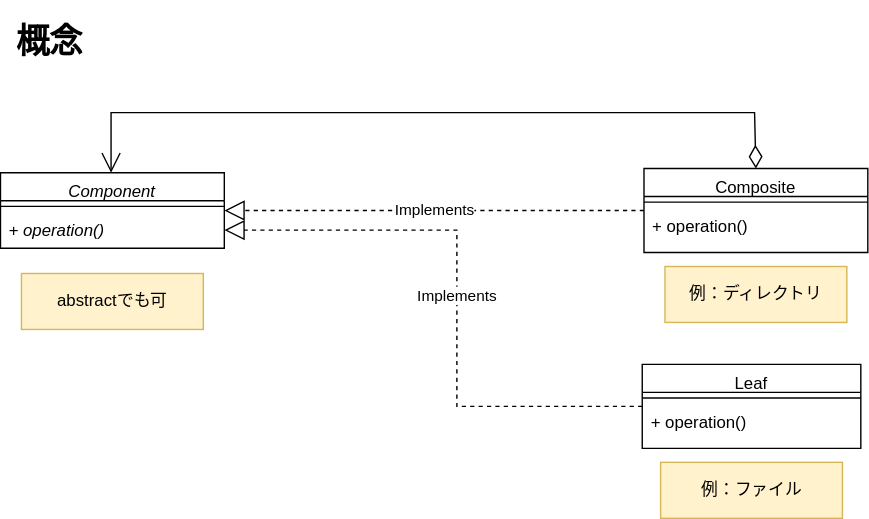
The draw.io diagram drawio/composite/composite_concept.drawio.svg in go-to-k/cdk-gof-design-pattern, before a commit. Source tidied: cells renumbered, new cells last; positions are measured from the earlier drawing's top-left corner, leaving out a move shared by most shapes. Its diagram source:
```xml
<mxGraphModel>
  <root>
    <mxCell id="0" />
    <mxCell id="1" parent="0" />
    <mxCell id="2" value="Leaf" style="swimlane;fontStyle=0;align=center;verticalAlign=top;horizontal=1;startSize=20;rounded=0;shadow=0;strokeWidth=1;" parent="1" vertex="1">
      <mxGeometry x="458.5" y="250" width="156.2" height="60" as="geometry" />
    </mxCell>
    <mxCell id="3" style="line;html=1;strokeWidth=1;align=left;verticalAlign=middle;spacingTop=-1;spacingLeft=3;spacingRight=3;labelPosition=right;" parent="2" vertex="1">
      <mxGeometry y="20" width="156.2" height="8" as="geometry" />
    </mxCell>
    <mxCell id="4" value="+ operation()" style="text;strokeColor=none;fillColor=none;align=left;verticalAlign=top;spacingLeft=4;spacingRight=4;overflow=hidden;whiteSpace=wrap;html=1;" parent="2" vertex="1">
      <mxGeometry y="28" width="156.2" height="26" as="geometry" />
    </mxCell>
    <mxCell id="5" value="Composite" style="swimlane;fontStyle=0;align=center;verticalAlign=top;horizontal=1;startSize=20;rounded=0;shadow=0;strokeWidth=1;" parent="1" vertex="1">
      <mxGeometry x="459.8" y="110" width="160" height="60" as="geometry" />
    </mxCell>
    <mxCell id="6" style="line;html=1;strokeWidth=1;align=left;verticalAlign=middle;spacingTop=-1;spacingLeft=3;spacingRight=3;labelPosition=right;" parent="5" vertex="1">
      <mxGeometry y="20" width="160" height="8" as="geometry" />
    </mxCell>
    <mxCell id="7" value="+ operation()" style="text;strokeColor=none;fillColor=none;align=left;verticalAlign=top;spacingLeft=4;spacingRight=4;overflow=hidden;whiteSpace=wrap;html=1;" parent="5" vertex="1">
      <mxGeometry y="28" width="160" height="26" as="geometry" />
    </mxCell>
    <mxCell id="8" value="Component" style="swimlane;fontStyle=2;align=center;verticalAlign=top;horizontal=1;startSize=20;rounded=0;shadow=0;strokeWidth=1;" parent="1" vertex="1">
      <mxGeometry x="-0.2" y="113" width="160" height="54" as="geometry" />
    </mxCell>
    <mxCell id="9" style="line;html=1;strokeWidth=1;align=left;verticalAlign=middle;spacingTop=-1;spacingLeft=3;spacingRight=3;labelPosition=right;" parent="8" vertex="1">
      <mxGeometry y="20" width="160" height="8" as="geometry" />
    </mxCell>
    <mxCell id="10" value="&lt;i&gt;+ operation()&lt;/i&gt;" style="text;strokeColor=none;fillColor=none;align=left;verticalAlign=top;spacingLeft=4;spacingRight=4;overflow=hidden;points=[[0,0.5],[1,0.5]];portConstraint=eastwest;whiteSpace=wrap;html=1;" parent="8" vertex="1">
      <mxGeometry y="28" width="160" height="26" as="geometry" />
    </mxCell>
    <mxCell id="11" value="Implements" style="endArrow=block;dashed=1;endFill=0;endSize=12;html=1;rounded=0;entryX=1;entryY=0.5;entryDx=0;entryDy=0;exitX=0;exitY=0.5;exitDx=0;exitDy=0;" parent="1" edge="1" source="5" target="8">
      <mxGeometry relative="1" as="geometry" />
    </mxCell>
    <mxCell id="12" value="Implements" style="endArrow=block;dashed=1;endFill=0;endSize=12;html=1;rounded=0;entryX=1;entryY=0.5;entryDx=0;entryDy=0;exitX=0;exitY=0.5;exitDx=0;exitDy=0;" parent="1" edge="1" source="2" target="10">
      <mxGeometry relative="1" as="geometry">
        <Array as="points">
          <mxPoint x="326" y="280" />
          <mxPoint x="326" y="154" />
        </Array>
      </mxGeometry>
    </mxCell>
    <mxCell id="13" value="&lt;h1&gt;概念&lt;/h1&gt;" style="text;html=1;strokeColor=none;fillColor=none;spacing=5;spacingTop=-20;whiteSpace=wrap;overflow=hidden;rounded=0;" parent="1" vertex="1">
      <mxGeometry x="6" width="60" height="40" as="geometry" />
    </mxCell>
    <mxCell id="14" value="abstractでも可" style="text;html=1;strokeColor=#d6b656;fillColor=#fff2cc;align=center;verticalAlign=middle;whiteSpace=wrap;rounded=0;fontColor=#000000;" parent="1" vertex="1">
      <mxGeometry x="14.8" y="185" width="130" height="40" as="geometry" />
    </mxCell>
    <mxCell id="15" style="endArrow=open;html=1;endSize=12;startArrow=diamondThin;startSize=14;startFill=0;edgeStyle=orthogonalEdgeStyle;align=left;verticalAlign=bottom;rounded=0;exitX=0.5;exitY=0;exitDx=0;exitDy=0;" parent="1" edge="1" source="5" target="8">
      <mxGeometry x="-0.73" y="30" relative="1" as="geometry">
        <Array as="points">
          <mxPoint x="538.8" y="70" />
          <mxPoint x="78.8" y="70" />
        </Array>
      </mxGeometry>
    </mxCell>
    <mxCell id="16" value="例：ディレクトリ" style="text;html=1;strokeColor=#d6b656;fillColor=#fff2cc;align=center;verticalAlign=middle;whiteSpace=wrap;rounded=0;fontColor=#000000;" parent="1" vertex="1">
      <mxGeometry x="474.8" y="180" width="130" height="40" as="geometry" />
    </mxCell>
    <mxCell id="17" value="例：ファイル" style="text;html=1;strokeColor=#d6b656;fillColor=#fff2cc;align=center;verticalAlign=middle;whiteSpace=wrap;rounded=0;fontColor=#000000;" parent="1" vertex="1">
      <mxGeometry x="471.6" y="320" width="130" height="40" as="geometry" />
    </mxCell>
  </root>
</mxGraphModel>
```
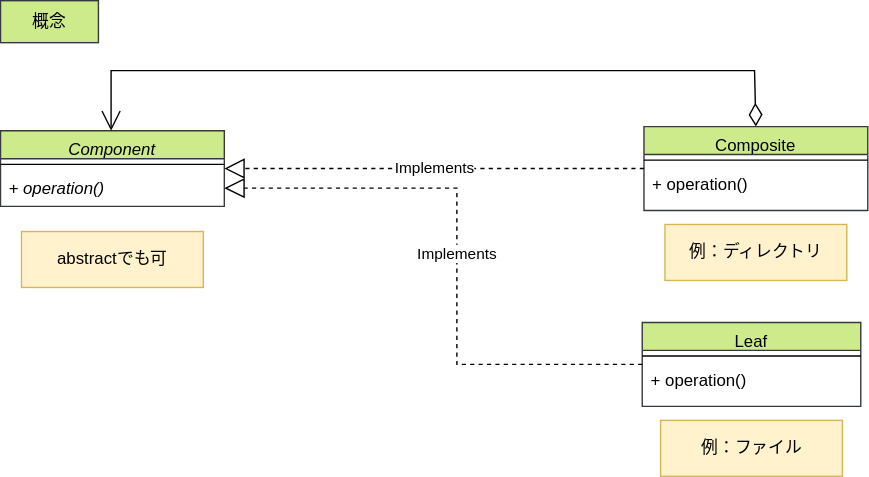
After the commit.

The edit, as a diff of the source:
```diff
@@ -2,7 +2,7 @@
   <root>
     <mxCell id="0" />
     <mxCell id="1" parent="0" />
-    <mxCell id="2" value="Leaf" style="swimlane;fontStyle=0;align=center;verticalAlign=top;horizontal=1;startSize=20;rounded=0;shadow=0;strokeWidth=1;" parent="1" vertex="1">
+    <mxCell id="2" value="Leaf" style="swimlane;fontStyle=0;align=center;verticalAlign=top;horizontal=1;startSize=20;rounded=0;shadow=0;strokeWidth=1;fillColor=#cdeb8b;strokeColor=#36393d;" parent="1" vertex="1">
       <mxGeometry x="458.5" y="250" width="156.2" height="60" as="geometry" />
     </mxCell>
     <mxCell id="3" style="line;html=1;strokeWidth=1;align=left;verticalAlign=middle;spacingTop=-1;spacingLeft=3;spacingRight=3;labelPosition=right;" parent="2" vertex="1">
@@ -11,7 +11,7 @@
     <mxCell id="4" value="+ operation()" style="text;strokeColor=none;fillColor=none;align=left;verticalAlign=top;spacingLeft=4;spacingRight=4;overflow=hidden;whiteSpace=wrap;html=1;" parent="2" vertex="1">
       <mxGeometry y="28" width="156.2" height="26" as="geometry" />
     </mxCell>
-    <mxCell id="5" value="Composite" style="swimlane;fontStyle=0;align=center;verticalAlign=top;horizontal=1;startSize=20;rounded=0;shadow=0;strokeWidth=1;" parent="1" vertex="1">
+    <mxCell id="5" value="Composite" style="swimlane;fontStyle=0;align=center;verticalAlign=top;horizontal=1;startSize=20;rounded=0;shadow=0;strokeWidth=1;fillColor=#cdeb8b;strokeColor=#36393d;" parent="1" vertex="1">
       <mxGeometry x="459.8" y="110" width="160" height="60" as="geometry" />
     </mxCell>
     <mxCell id="6" style="line;html=1;strokeWidth=1;align=left;verticalAlign=middle;spacingTop=-1;spacingLeft=3;spacingRight=3;labelPosition=right;" parent="5" vertex="1">
@@ -20,7 +20,7 @@
     <mxCell id="7" value="+ operation()" style="text;strokeColor=none;fillColor=none;align=left;verticalAlign=top;spacingLeft=4;spacingRight=4;overflow=hidden;whiteSpace=wrap;html=1;" parent="5" vertex="1">
       <mxGeometry y="28" width="160" height="26" as="geometry" />
     </mxCell>
-    <mxCell id="8" value="Component" style="swimlane;fontStyle=2;align=center;verticalAlign=top;horizontal=1;startSize=20;rounded=0;shadow=0;strokeWidth=1;" parent="1" vertex="1">
+    <mxCell id="8" value="Component" style="swimlane;fontStyle=2;align=center;verticalAlign=top;horizontal=1;startSize=20;rounded=0;shadow=0;strokeWidth=1;fillColor=#cdeb8b;strokeColor=#36393d;" parent="1" vertex="1">
       <mxGeometry x="-0.2" y="113" width="160" height="54" as="geometry" />
     </mxCell>
     <mxCell id="9" style="line;html=1;strokeWidth=1;align=left;verticalAlign=middle;spacingTop=-1;spacingLeft=3;spacingRight=3;labelPosition=right;" parent="8" vertex="1">
@@ -40,9 +40,6 @@
         </Array>
       </mxGeometry>
     </mxCell>
-    <mxCell id="13" value="&lt;h1&gt;概念&lt;/h1&gt;" style="text;html=1;strokeColor=none;fillColor=none;spacing=5;spacingTop=-20;whiteSpace=wrap;overflow=hidden;rounded=0;" parent="1" vertex="1">
-      <mxGeometry x="6" width="60" height="40" as="geometry" />
-    </mxCell>
     <mxCell id="14" value="abstractでも可" style="text;html=1;strokeColor=#d6b656;fillColor=#fff2cc;align=center;verticalAlign=middle;whiteSpace=wrap;rounded=0;fontColor=#000000;" parent="1" vertex="1">
       <mxGeometry x="14.8" y="185" width="130" height="40" as="geometry" />
     </mxCell>
@@ -60,5 +57,8 @@
     <mxCell id="17" value="例：ファイル" style="text;html=1;strokeColor=#d6b656;fillColor=#fff2cc;align=center;verticalAlign=middle;whiteSpace=wrap;rounded=0;fontColor=#000000;" parent="1" vertex="1">
       <mxGeometry x="471.6" y="320" width="130" height="40" as="geometry" />
     </mxCell>
+    <mxCell id="13" value="概念" style="rounded=0;whiteSpace=wrap;html=1;fillColor=#cdeb8b;strokeColor=#36393d;" parent="1" vertex="1">
+      <mxGeometry x="-0.2" y="20" width="70" height="30" as="geometry" />
+    </mxCell>
   </root>
 </mxGraphModel>
```
